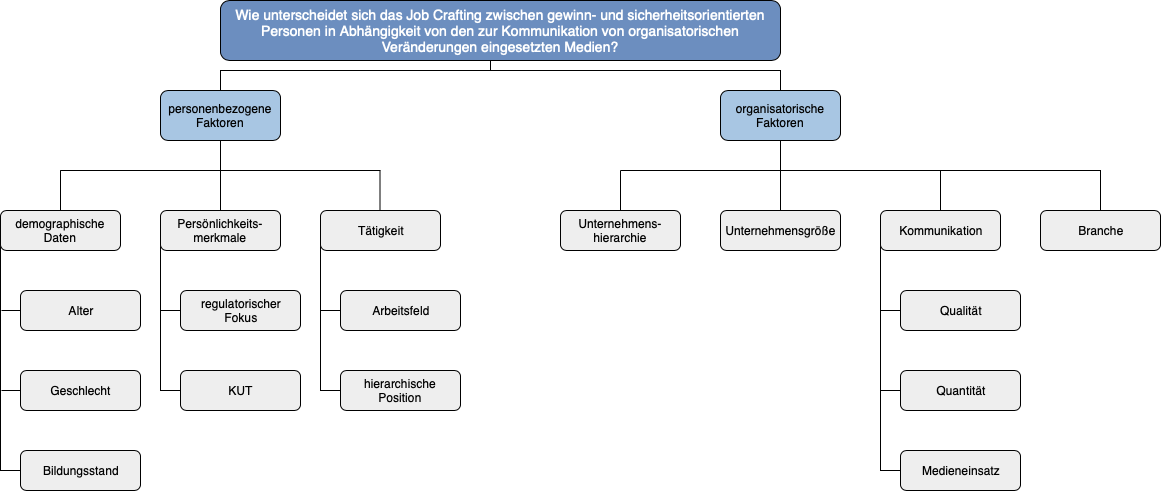
The draw.io diagram images/Faktorenraum Job Crafting.png in JessicaS2512/JobCraftingWS1920, before a commit. Source tidied: cells renumbered, new cells last; positions are measured from the earlier drawing's top-left corner, leaving out a move shared by most shapes.
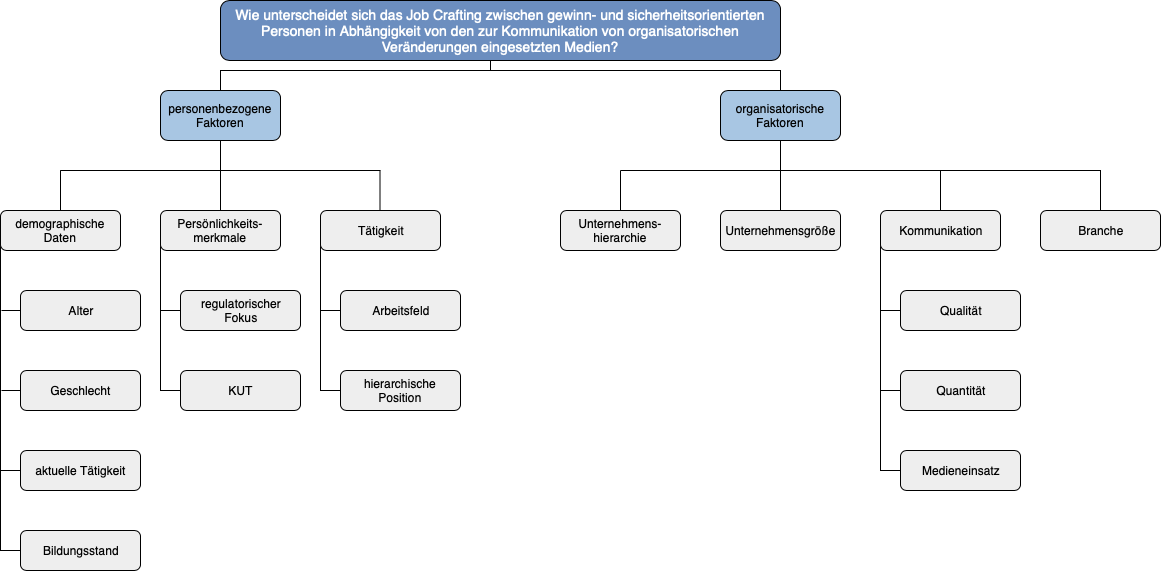
The same file after the commit.

Commit message:
Faktorenraum geändert

Change to the diagram source:
```diff
@@ -97,7 +97,7 @@
       <mxGeometry x="20" y="370" width="120" height="40" as="geometry" />
     </mxCell>
     <mxCell id="23" value="Bildungsstand" style="rounded=1;whiteSpace=wrap;html=1;fillColor=#eeeeee;strokeColor=#000000;" parent="1" vertex="1">
-      <mxGeometry x="20" y="450" width="120" height="40" as="geometry" />
+      <mxGeometry x="20" y="530" width="120" height="40" as="geometry" />
     </mxCell>
     <mxCell id="24" style="edgeStyle=orthogonalEdgeStyle;rounded=0;jettySize=auto;html=1;exitX=0;exitY=0.5;exitDx=0;exitDy=0;startArrow=none;startFill=0;endArrow=none;endFill=0;strokeColor=#000000;" parent="1" edge="1" source="25">
       <mxGeometry relative="1" as="geometry">
@@ -178,5 +178,13 @@
     <mxCell id="41" value="Branche" style="rounded=1;whiteSpace=wrap;html=1;fillColor=#eeeeee;strokeColor=#000000;" parent="1" vertex="1">
       <mxGeometry x="1040" y="210" width="120" height="40" as="geometry" />
     </mxCell>
+    <mxCell id="42" style="edgeStyle=orthogonalEdgeStyle;rounded=0;jettySize=auto;html=1;exitX=0;exitY=0.5;exitDx=0;exitDy=0;endArrow=none;endFill=0;" parent="1" edge="1" source="43">
+      <mxGeometry relative="1" as="geometry">
+        <mxPoint y="470" as="targetPoint" />
+      </mxGeometry>
+    </mxCell>
+    <mxCell id="43" value="aktuelle Tätigkeit" style="rounded=1;whiteSpace=wrap;html=1;fillColor=#eeeeee;strokeColor=#000000;" parent="1" vertex="1">
+      <mxGeometry x="20" y="450" width="120" height="40" as="geometry" />
+    </mxCell>
   </root>
 </mxGraphModel>
```
